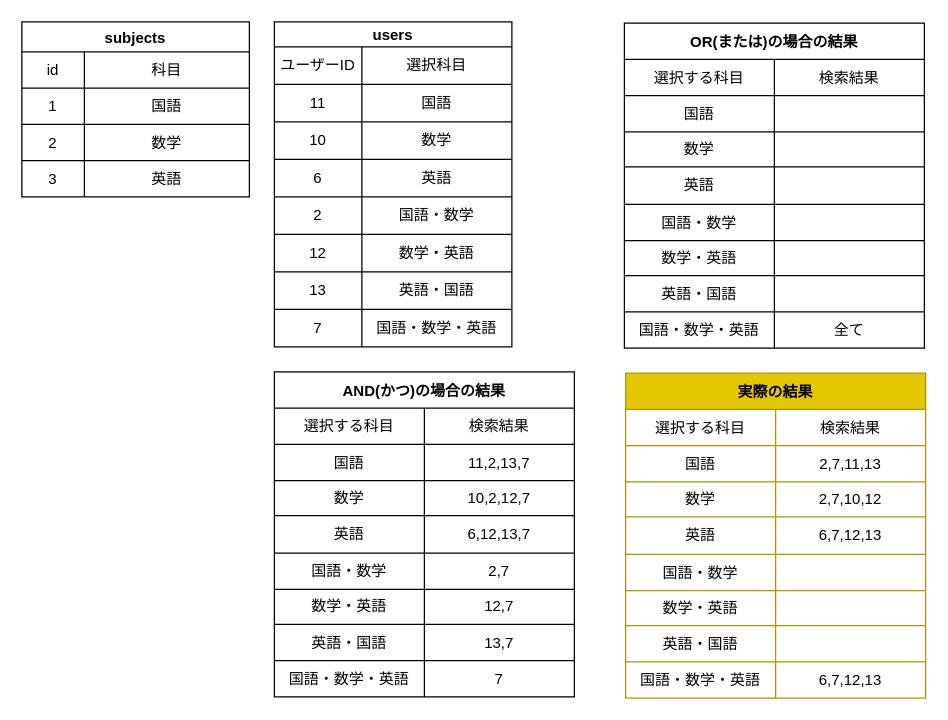
The draw.io diagram page "検索機能実装" (4 of 4) of compass.dio in I-Kouta/compass, before the edit. Source tidied: cells renumbered, new cells numbered last; positions are measured from the earlier drawing's top-left corner, leaving out a move shared by most shapes. Both pictures are drawn from the tidied source at 125%, with x=0, y=0 at pixel (21, 21).
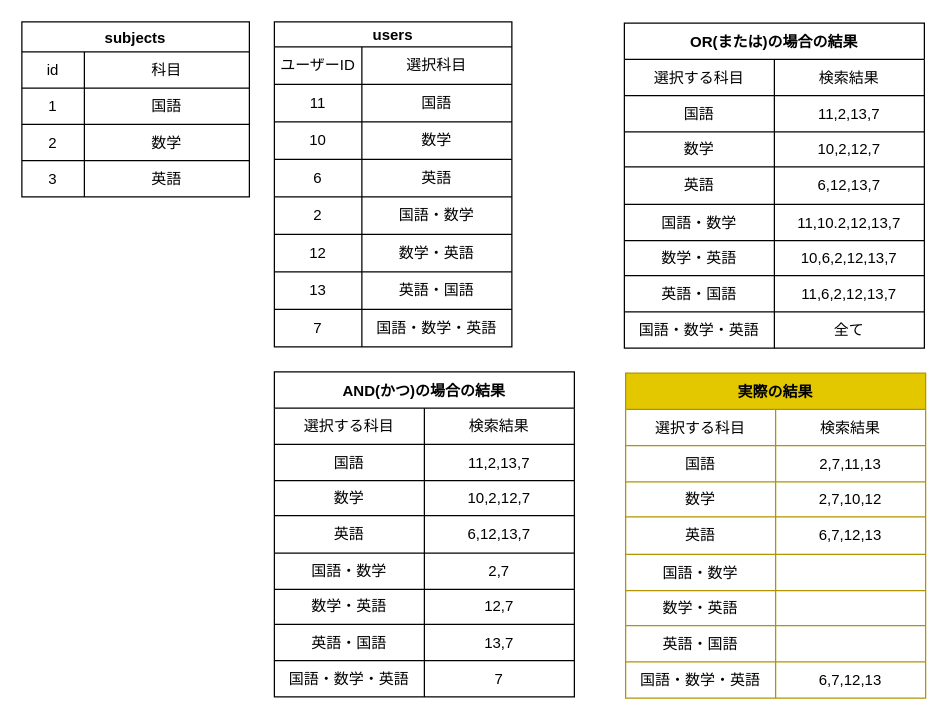
The same page after the edit.

Commit message:
ORを想定した仮説検証

The change refers to these unchanged cells:
```xml
<mxCell id="44" style="shape=partialRectangle;html=1;whiteSpace=wrap;fillColor=none;top=0;left=0;bottom=0;right=0;" parent="40" vertex="1">
  <mxGeometry y="58" width="240" height="29" as="geometry" />
</mxCell>
<mxCell id="47" style="shape=partialRectangle;html=1;whiteSpace=wrap;fillColor=none;top=0;left=0;bottom=0;right=0;" parent="40" vertex="1">
  <mxGeometry y="87" width="240" height="28" as="geometry" />
</mxCell>
<mxCell id="50" style="shape=partialRectangle;html=1;whiteSpace=wrap;fillColor=none;top=0;left=0;bottom=0;right=0;" parent="40" vertex="1">
  <mxGeometry y="115" width="240" height="30" as="geometry" />
</mxCell>
<mxCell id="53" style="shape=partialRectangle;html=1;whiteSpace=wrap;fillColor=none;top=0;left=0;bottom=0;right=0;" parent="40" vertex="1">
  <mxGeometry y="145" width="240" height="29" as="geometry" />
</mxCell>
<mxCell id="56" style="shape=partialRectangle;html=1;whiteSpace=wrap;fillColor=none;top=0;left=0;bottom=0;right=0;" parent="40" vertex="1">
  <mxGeometry y="174" width="240" height="28" as="geometry" />
</mxCell>
<mxCell id="59" style="shape=partialRectangle;html=1;whiteSpace=wrap;fillColor=none;top=0;left=0;bottom=0;right=0;" parent="40" vertex="1">
  <mxGeometry y="202" width="240" height="29" as="geometry" />
</mxCell>
```

What changed in the source:
```diff
@@
-    <mxCell id="46" style="shape=partialRectangle;html=1;whiteSpace=wrap;fillColor=none;top=0;left=0;bottom=0;right=0;overflow=hidden;" parent="44" vertex="1">
+    <mxCell id="46" value="11,2,13,7" style="shape=partialRectangle;html=1;whiteSpace=wrap;fillColor=none;top=0;left=0;bottom=0;right=0;overflow=hidden;" parent="44" vertex="1">
       <mxGeometry x="120" width="120" height="29" as="geometry" />
     </mxCell>
@@
-    <mxCell id="49" style="shape=partialRectangle;html=1;whiteSpace=wrap;fillColor=none;top=0;left=0;bottom=0;right=0;overflow=hidden;" parent="47" vertex="1">
+    <mxCell id="49" value="10,2,12,7" style="shape=partialRectangle;html=1;whiteSpace=wrap;fillColor=none;top=0;left=0;bottom=0;right=0;overflow=hidden;" parent="47" vertex="1">
       <mxGeometry x="120" width="120" height="28" as="geometry" />
     </mxCell>
@@
-    <mxCell id="52" style="shape=partialRectangle;html=1;whiteSpace=wrap;fillColor=none;top=0;left=0;bottom=0;right=0;overflow=hidden;" parent="50" vertex="1">
+    <mxCell id="52" value="6,12,13,7" style="shape=partialRectangle;html=1;whiteSpace=wrap;fillColor=none;top=0;left=0;bottom=0;right=0;overflow=hidden;" parent="50" vertex="1">
       <mxGeometry x="120" width="120" height="30" as="geometry" />
     </mxCell>
@@
-    <mxCell id="55" style="shape=partialRectangle;html=1;whiteSpace=wrap;fillColor=none;top=0;left=0;bottom=0;right=0;overflow=hidden;" parent="53" vertex="1">
+    <mxCell id="55" value="11,10.2,12,13,7" style="shape=partialRectangle;html=1;whiteSpace=wrap;fillColor=none;top=0;left=0;bottom=0;right=0;overflow=hidden;" parent="53" vertex="1">
       <mxGeometry x="120" width="120" height="29" as="geometry" />
     </mxCell>
@@
-    <mxCell id="58" style="shape=partialRectangle;html=1;whiteSpace=wrap;fillColor=none;top=0;left=0;bottom=0;right=0;overflow=hidden;" parent="56" vertex="1">
+    <mxCell id="58" value="10,6,2,12,13,7" style="shape=partialRectangle;html=1;whiteSpace=wrap;fillColor=none;top=0;left=0;bottom=0;right=0;overflow=hidden;" parent="56" vertex="1">
       <mxGeometry x="120" width="120" height="28" as="geometry" />
     </mxCell>
@@
-    <mxCell id="61" style="shape=partialRectangle;html=1;whiteSpace=wrap;fillColor=none;top=0;left=0;bottom=0;right=0;overflow=hidden;" parent="59" vertex="1">
+    <mxCell id="61" value="11,6,2,12,13,7" style="shape=partialRectangle;html=1;whiteSpace=wrap;fillColor=none;top=0;left=0;bottom=0;right=0;overflow=hidden;" parent="59" vertex="1">
       <mxGeometry x="120" width="120" height="29" as="geometry" />
     </mxCell>
```
